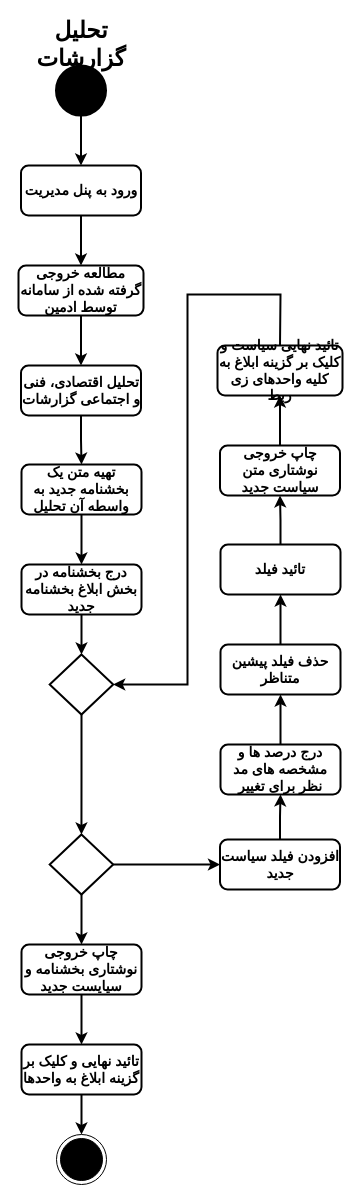
This is page "AnalyticalReport" (23 of 23) of ActivityDiagram/MiddleWare_CarBaMaActivityDiagram.drawio from MelvinMo/CarBaMa_Automotive-Sale-Application, a draw.io file, before an edit. Source tidied: cells renumbered, new cells numbered last; positions are measured from the earlier drawing's top-left corner, leaving out a move shared by most shapes. Both pictures are drawn from the tidied source at 100%, with x=0, y=0 at pixel (18, 34).
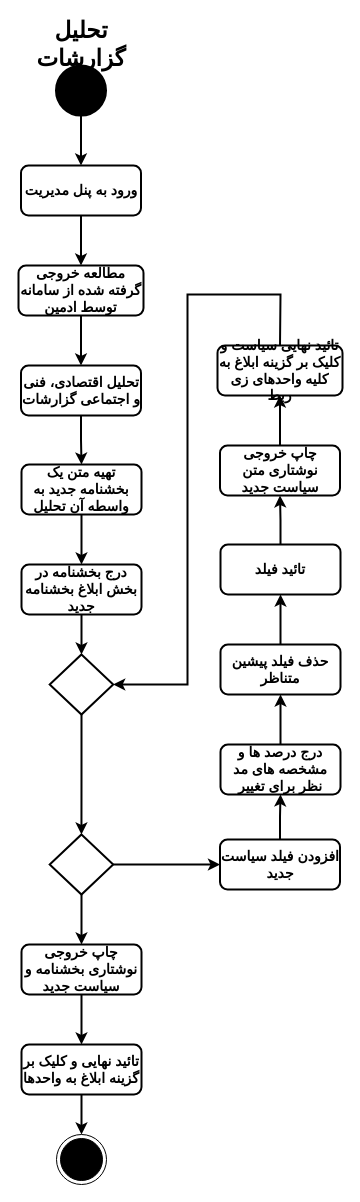
The same page after the edit.

The edit, as a diff of the source:
```diff
@@
-    <mxCell id="17" value="&lt;b style=&quot;border-color: var(--border-color); font-size: 14px;&quot;&gt;چاپ خروجی نوشتاری بخشنامه و سیایست جدید&lt;/b&gt;" style="rounded=1;whiteSpace=wrap;html=1;strokeColor=#000000;fillColor=#FFFFFF;strokeWidth=2;" parent="1" vertex="1">
+    <mxCell id="17" value="&lt;b style=&quot;border-color: var(--border-color); font-size: 14px;&quot;&gt;چاپ خروجی نوشتاری بخشنامه و سیاست جدید&lt;/b&gt;" style="rounded=1;whiteSpace=wrap;html=1;strokeColor=#000000;fillColor=#FFFFFF;strokeWidth=2;" parent="1" vertex="1">
       <mxGeometry x="3" y="910" width="120" height="50" as="geometry" />
     </mxCell>
```
